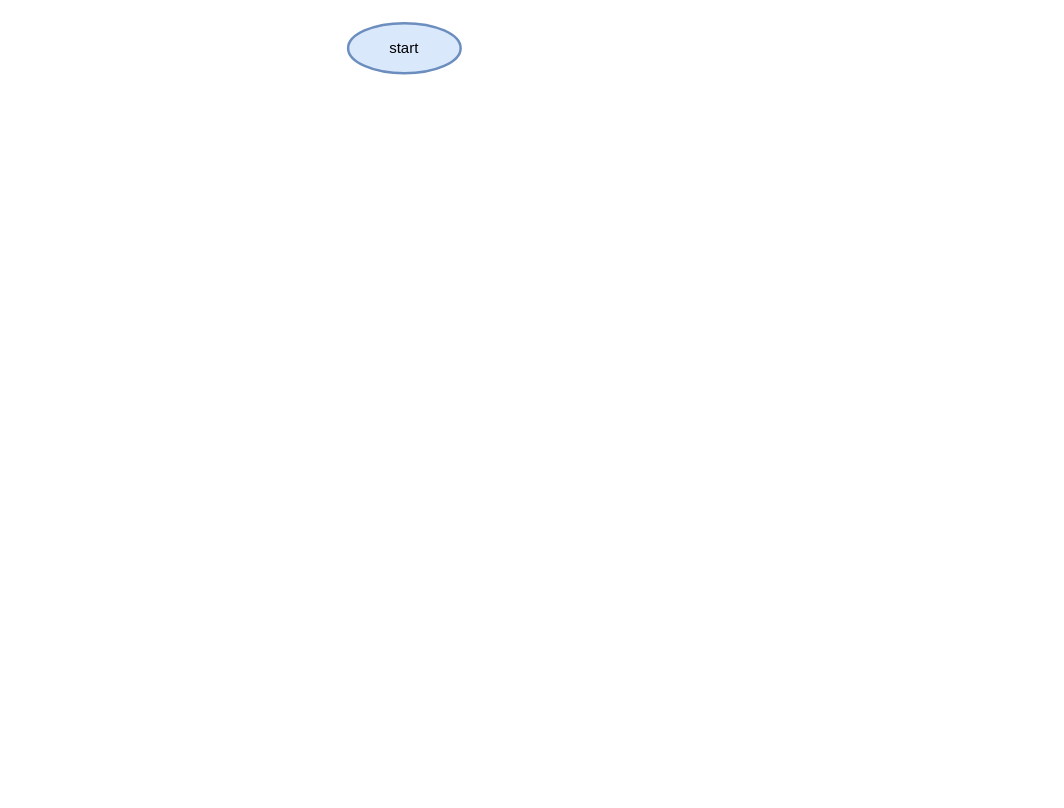
kayigireerneste/profile-assignment keeps this draw.io diagram as Untitled Diagram.drawio. Above is the earlier version. Source tidied: cells renumbered, new cells numbered last; positions are measured from the earlier drawing's top-left corner, leaving out a move shared by most shapes. Both pictures are drawn from the tidied source at 125%, with x=0, y=0 at pixel (348, 22).
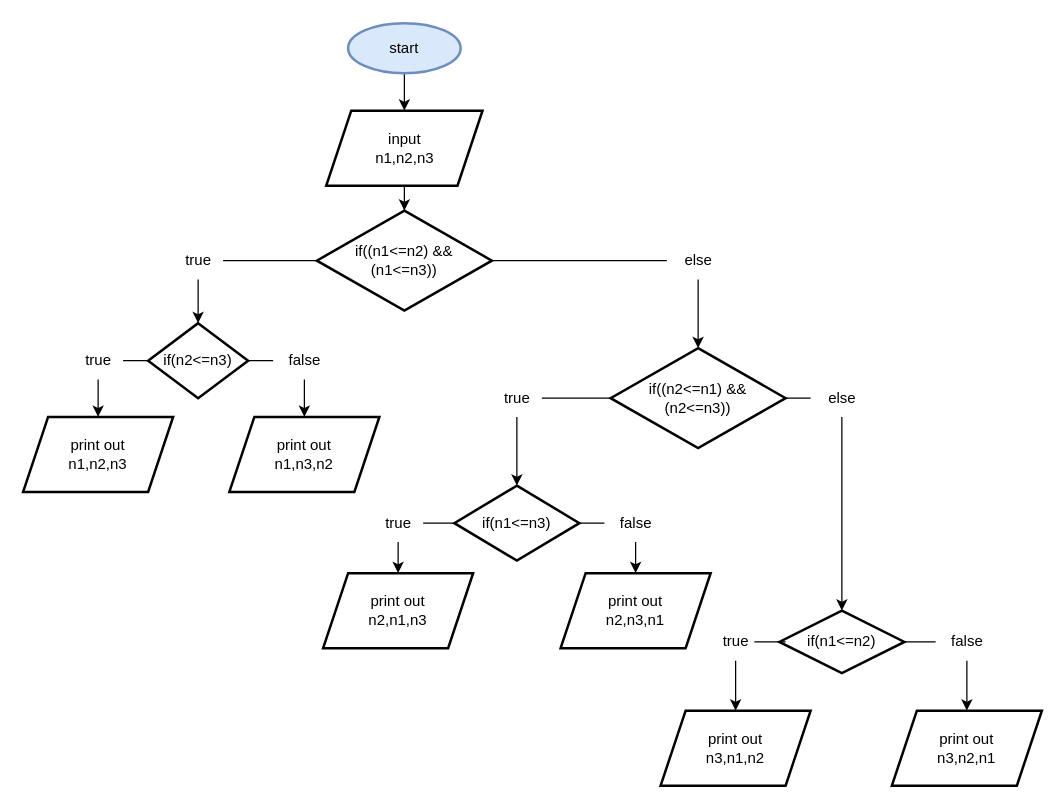
The same page after the edit.

The change refers to these unchanged cells:
```xml
<mxCell id="2" value="start" style="strokeWidth=2;html=1;shape=mxgraph.flowchart.start_1;whiteSpace=wrap;fillColor=#dae8fc;strokeColor=#6c8ebf;" parent="1" vertex="1">
  <mxGeometry width="90" height="40" as="geometry" />
</mxCell>
```

What changed in the source:
```diff
@@
+    <mxCell id="3" style="edgeStyle=orthogonalEdgeStyle;rounded=0;jettySize=auto;html=1;" parent="1" edge="1" source="2" target="5">
+      <mxGeometry relative="1" as="geometry" />
+    </mxCell>
@@
+    <mxCell id="4" style="edgeStyle=orthogonalEdgeStyle;rounded=0;jettySize=auto;html=1;" parent="1" edge="1" source="5" target="8">
+      <mxGeometry relative="1" as="geometry" />
+    </mxCell>
+    <mxCell id="5" value="input&lt;br&gt;n1,n2,n3" style="shape=parallelogram;perimeter=parallelogramPerimeter;whiteSpace=wrap;html=1;fixedSize=1;strokeWidth=2;" parent="1" vertex="1">
+      <mxGeometry x="-17.5" y="70" width="125" height="60" as="geometry" />
+    </mxCell>
+    <mxCell id="6" style="edgeStyle=orthogonalEdgeStyle;rounded=0;jettySize=auto;html=1;startArrow=none;" parent="1" edge="1" source="13" target="11">
+      <mxGeometry relative="1" as="geometry" />
+    </mxCell>
+    <mxCell id="7" style="edgeStyle=orthogonalEdgeStyle;rounded=0;jettySize=auto;html=1;startArrow=none;" parent="1" edge="1" source="24" target="22">
+      <mxGeometry relative="1" as="geometry" />
+    </mxCell>
+    <mxCell id="8" value="if((n1&amp;lt;=n2) &amp;amp;&amp;amp;&lt;br&gt;(n1&amp;lt;=n3))" style="rhombus;whiteSpace=wrap;html=1;strokeWidth=2;" parent="1" vertex="1">
+      <mxGeometry x="-25" y="150" width="140" height="80" as="geometry" />
+    </mxCell>
+    <mxCell id="9" style="edgeStyle=orthogonalEdgeStyle;rounded=0;jettySize=auto;html=1;startArrow=none;" parent="1" edge="1" source="16" target="14">
+      <mxGeometry relative="1" as="geometry" />
+    </mxCell>
+    <mxCell id="10" style="edgeStyle=orthogonalEdgeStyle;rounded=0;jettySize=auto;html=1;startArrow=none;" parent="1" edge="1" source="19" target="17">
+      <mxGeometry relative="1" as="geometry" />
+    </mxCell>
+    <mxCell id="11" value="if(n2&amp;lt;=n3)" style="rhombus;whiteSpace=wrap;html=1;strokeWidth=2;" parent="1" vertex="1">
+      <mxGeometry x="-160" y="240" width="80" height="60" as="geometry" />
+    </mxCell>
+    <mxCell id="12" style="edgeStyle=orthogonalEdgeStyle;rounded=0;jettySize=auto;html=1;endArrow=none;" parent="1" edge="1" source="8" target="13">
+      <mxGeometry relative="1" as="geometry" />
+    </mxCell>
+    <mxCell id="13" value="true" style="text;html=1;align=center;verticalAlign=middle;points=[];strokeColor=none;fillColor=none;" parent="1" vertex="1">
+      <mxGeometry x="-140" y="175" width="40" height="30" as="geometry" />
+    </mxCell>
+    <mxCell id="14" value="print out&lt;br&gt;n1,n2,n3" style="shape=parallelogram;perimeter=parallelogramPerimeter;whiteSpace=wrap;html=1;fixedSize=1;strokeWidth=2;" parent="1" vertex="1">
+      <mxGeometry x="-260" y="315" width="120" height="60" as="geometry" />
+    </mxCell>
+    <mxCell id="15" style="edgeStyle=orthogonalEdgeStyle;rounded=0;jettySize=auto;html=1;endArrow=none;" parent="1" edge="1" source="11" target="16">
+      <mxGeometry relative="1" as="geometry" />
+    </mxCell>
+    <mxCell id="16" value="true" style="text;html=1;align=center;verticalAlign=middle;points=[];strokeColor=none;fillColor=none;" parent="1" vertex="1">
+      <mxGeometry x="-220" y="255" width="40" height="30" as="geometry" />
+    </mxCell>
+    <mxCell id="17" value="print out&lt;br&gt;n1,n3,n2" style="shape=parallelogram;perimeter=parallelogramPerimeter;whiteSpace=wrap;html=1;fixedSize=1;strokeWidth=2;" parent="1" vertex="1">
+      <mxGeometry x="-95" y="315" width="120" height="60" as="geometry" />
+    </mxCell>
+    <mxCell id="18" style="edgeStyle=orthogonalEdgeStyle;rounded=0;jettySize=auto;html=1;endArrow=none;" parent="1" edge="1" source="11" target="19">
+      <mxGeometry relative="1" as="geometry" />
+    </mxCell>
+    <mxCell id="19" value="false" style="text;html=1;align=center;verticalAlign=middle;points=[];strokeColor=none;fillColor=none;" parent="1" vertex="1">
+      <mxGeometry x="-60" y="255" width="50" height="30" as="geometry" />
+    </mxCell>
+    <mxCell id="20" style="edgeStyle=orthogonalEdgeStyle;rounded=0;jettySize=auto;html=1;startArrow=none;" parent="1" edge="1" source="29" target="27">
+      <mxGeometry relative="1" as="geometry" />
+    </mxCell>
+    <mxCell id="21" style="edgeStyle=orthogonalEdgeStyle;rounded=0;jettySize=auto;html=1;startArrow=none;" parent="1" edge="1" source="40" target="38">
+      <mxGeometry relative="1" as="geometry" />
+    </mxCell>
+    <mxCell id="22" value="if((n2&amp;lt;=n1) &amp;amp;&amp;amp;&lt;br style=&quot;border-color: var(--border-color);&quot;&gt;(n2&amp;lt;=n3))" style="rhombus;whiteSpace=wrap;html=1;strokeWidth=2;" parent="1" vertex="1">
+      <mxGeometry x="210" y="260" width="140" height="80" as="geometry" />
+    </mxCell>
+    <mxCell id="23" style="edgeStyle=orthogonalEdgeStyle;rounded=0;jettySize=auto;html=1;endArrow=none;" parent="1" edge="1" source="8" target="24">
+      <mxGeometry relative="1" as="geometry" />
+    </mxCell>
+    <mxCell id="24" value="else" style="text;html=1;align=center;verticalAlign=middle;points=[];strokeColor=none;fillColor=none;" parent="1" vertex="1">
+      <mxGeometry x="255" y="175" width="50" height="30" as="geometry" />
+    </mxCell>
+    <mxCell id="25" style="edgeStyle=orthogonalEdgeStyle;rounded=0;jettySize=auto;html=1;startArrow=none;" parent="1" edge="1" source="32" target="30">
+      <mxGeometry relative="1" as="geometry" />
+    </mxCell>
+    <mxCell id="26" style="edgeStyle=orthogonalEdgeStyle;rounded=0;jettySize=auto;html=1;startArrow=none;" parent="1" edge="1" source="35" target="33">
+      <mxGeometry relative="1" as="geometry" />
+    </mxCell>
+    <mxCell id="27" value="if(n1&amp;lt;=n3)" style="rhombus;whiteSpace=wrap;html=1;strokeWidth=2;" parent="1" vertex="1">
+      <mxGeometry x="85" y="370" width="100" height="60" as="geometry" />
+    </mxCell>
+    <mxCell id="28" style="edgeStyle=orthogonalEdgeStyle;rounded=0;jettySize=auto;html=1;endArrow=none;" parent="1" edge="1" source="22" target="29">
+      <mxGeometry relative="1" as="geometry" />
+    </mxCell>
+    <mxCell id="29" value="true" style="text;html=1;align=center;verticalAlign=middle;points=[];strokeColor=none;fillColor=none;" parent="1" vertex="1">
+      <mxGeometry x="115" y="285" width="40" height="30" as="geometry" />
+    </mxCell>
+    <mxCell id="30" value="print out&lt;br style=&quot;border-color: var(--border-color);&quot;&gt;n2,n1,n3" style="shape=parallelogram;perimeter=parallelogramPerimeter;whiteSpace=wrap;html=1;fixedSize=1;strokeWidth=2;" parent="1" vertex="1">
+      <mxGeometry x="-20" y="440" width="120" height="60" as="geometry" />
+    </mxCell>
+    <mxCell id="31" style="edgeStyle=orthogonalEdgeStyle;rounded=0;jettySize=auto;html=1;endArrow=none;" parent="1" edge="1" source="27" target="32">
+      <mxGeometry relative="1" as="geometry" />
+    </mxCell>
+    <mxCell id="32" value="true" style="text;html=1;align=center;verticalAlign=middle;points=[];strokeColor=none;fillColor=none;" parent="1" vertex="1">
+      <mxGeometry x="20" y="385" width="40" height="30" as="geometry" />
+    </mxCell>
+    <mxCell id="33" value="print out&lt;br&gt;n2,n3,n1" style="shape=parallelogram;perimeter=parallelogramPerimeter;whiteSpace=wrap;html=1;fixedSize=1;strokeWidth=2;" parent="1" vertex="1">
+      <mxGeometry x="170" y="440" width="120" height="60" as="geometry" />
+    </mxCell>
+    <mxCell id="34" style="edgeStyle=orthogonalEdgeStyle;rounded=0;jettySize=auto;html=1;endArrow=none;" parent="1" edge="1" source="27" target="35">
+      <mxGeometry relative="1" as="geometry" />
+    </mxCell>
+    <mxCell id="35" value="false" style="text;html=1;align=center;verticalAlign=middle;points=[];strokeColor=none;fillColor=none;" parent="1" vertex="1">
+      <mxGeometry x="205" y="385" width="50" height="30" as="geometry" />
+    </mxCell>
+    <mxCell id="36" style="edgeStyle=orthogonalEdgeStyle;rounded=0;jettySize=auto;html=1;startArrow=none;" parent="1" edge="1" source="43" target="41">
+      <mxGeometry relative="1" as="geometry" />
+    </mxCell>
+    <mxCell id="37" style="edgeStyle=orthogonalEdgeStyle;rounded=0;jettySize=auto;html=1;startArrow=none;" parent="1" edge="1" source="46" target="44">
+      <mxGeometry relative="1" as="geometry" />
+    </mxCell>
+    <mxCell id="38" value="if(n1&amp;lt;=n2)" style="rhombus;whiteSpace=wrap;html=1;strokeWidth=2;" parent="1" vertex="1">
+      <mxGeometry x="345" y="470" width="100" height="50" as="geometry" />
+    </mxCell>
+    <mxCell id="39" style="edgeStyle=orthogonalEdgeStyle;rounded=0;jettySize=auto;html=1;endArrow=none;" parent="1" edge="1" source="22" target="40">
+      <mxGeometry relative="1" as="geometry" />
+    </mxCell>
+    <mxCell id="40" value="else" style="text;html=1;align=center;verticalAlign=middle;points=[];strokeColor=none;fillColor=none;" parent="1" vertex="1">
+      <mxGeometry x="370" y="285" width="50" height="30" as="geometry" />
+    </mxCell>
+    <mxCell id="41" value="print out&lt;br&gt;n3,n1,n2" style="shape=parallelogram;perimeter=parallelogramPerimeter;whiteSpace=wrap;html=1;fixedSize=1;strokeWidth=2;" parent="1" vertex="1">
+      <mxGeometry x="250" y="550" width="120" height="60" as="geometry" />
+    </mxCell>
+    <mxCell id="42" style="edgeStyle=orthogonalEdgeStyle;rounded=0;jettySize=auto;html=1;endArrow=none;" parent="1" edge="1" source="38" target="43">
+      <mxGeometry relative="1" as="geometry" />
+    </mxCell>
+    <mxCell id="43" value="true" style="text;html=1;align=center;verticalAlign=middle;points=[];strokeColor=none;fillColor=none;" parent="1" vertex="1">
+      <mxGeometry x="290" y="480" width="40" height="30" as="geometry" />
+    </mxCell>
+    <mxCell id="44" value="print out&lt;br style=&quot;border-color: var(--border-color);&quot;&gt;n3,n2,n1" style="shape=parallelogram;perimeter=parallelogramPerimeter;whiteSpace=wrap;html=1;fixedSize=1;strokeWidth=2;" parent="1" vertex="1">
+      <mxGeometry x="435" y="550" width="120" height="60" as="geometry" />
+    </mxCell>
+    <mxCell id="45" style="edgeStyle=orthogonalEdgeStyle;rounded=0;jettySize=auto;html=1;endArrow=none;" parent="1" edge="1" source="38" target="46">
+      <mxGeometry relative="1" as="geometry" />
+    </mxCell>
+    <mxCell id="46" value="false" style="text;html=1;align=center;verticalAlign=middle;points=[];strokeColor=none;fillColor=none;" parent="1" vertex="1">
+      <mxGeometry x="470" y="480" width="50" height="30" as="geometry" />
+    </mxCell>
```
